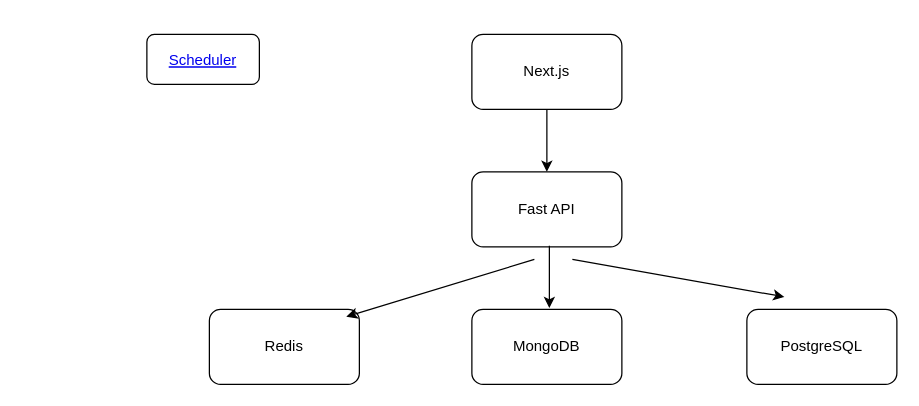
Before: page "OverAll" (1 of 10) of Agroconnect.drawio in ramprasad2018/agconnect, a draw.io diagram. Source tidied: cells renumbered, new cells numbered last; positions are measured from the earlier drawing's top-left corner, leaving out a move shared by most shapes. Both pictures are drawn from the tidied source at 125%, with x=0, y=0 at pixel (146, 34).
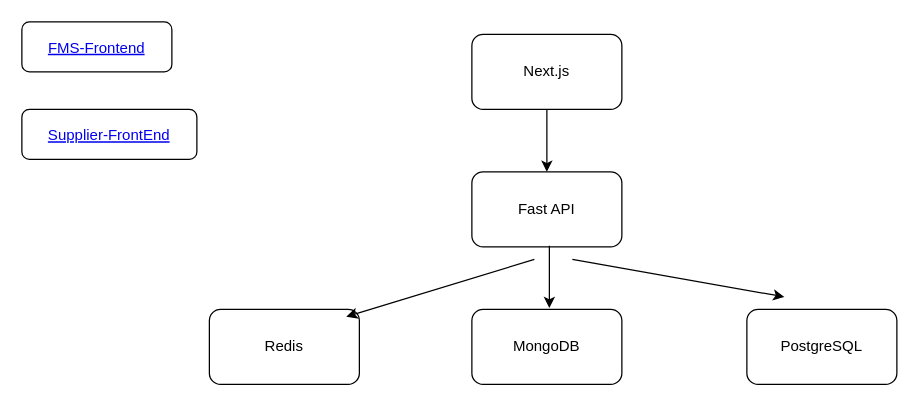
Above is the later version.

Change to the diagram source:
```diff
@@
 <mxGraphModel>
   <root>
     <mxCell id="0" />
     <mxCell id="1" parent="0" />
     <mxCell id="2" value="Fast API" style="rounded=1;whiteSpace=wrap;html=1;" parent="1" vertex="1">
       <mxGeometry x="260" y="110" width="120" height="60" as="geometry" />
     </mxCell>
     <mxCell id="3" value="Redis" style="rounded=1;whiteSpace=wrap;html=1;" parent="1" vertex="1">
       <mxGeometry x="50" y="220" width="120" height="60" as="geometry" />
     </mxCell>
     <mxCell id="4" value="MongoDB" style="rounded=1;whiteSpace=wrap;html=1;" parent="1" vertex="1">
       <mxGeometry x="260" y="220" width="120" height="60" as="geometry" />
     </mxCell>
     <mxCell id="5" value="Next.js" style="rounded=1;whiteSpace=wrap;html=1;" parent="1" vertex="1">
       <mxGeometry x="260" width="120" height="60" as="geometry" />
     </mxCell>
     <mxCell id="6" value="PostgreSQL" style="rounded=1;whiteSpace=wrap;html=1;" parent="1" vertex="1">
       <mxGeometry x="480" y="220" width="120" height="60" as="geometry" />
     </mxCell>
     <mxCell id="7" style="endArrow=classic;html=1;rounded=0;entryX=0.5;entryY=0;entryDx=0;entryDy=0;" parent="1" edge="1" target="2">
       <mxGeometry relative="1" as="geometry">
         <mxPoint x="320" y="60" as="sourcePoint" />
       </mxGeometry>
     </mxCell>
     <mxCell id="8" style="endArrow=classic;html=1;rounded=0;entryX=0.5;entryY=0;entryDx=0;entryDy=0;" parent="1" edge="1">
       <mxGeometry relative="1" as="geometry">
         <mxPoint x="322" y="169" as="sourcePoint" />
         <mxPoint x="322" y="219" as="targetPoint" />
       </mxGeometry>
     </mxCell>
     <mxCell id="9" style="endArrow=classic;html=1;rounded=0;entryX=0.913;entryY=0.097;entryDx=0;entryDy=0;entryPerimeter=0;" parent="1" edge="1" target="3">
       <mxGeometry relative="1" as="geometry">
         <mxPoint x="310" y="180" as="sourcePoint" />
       </mxGeometry>
     </mxCell>
     <mxCell id="10" style="endArrow=classic;html=1;rounded=0;" parent="1" edge="1">
       <mxGeometry relative="1" as="geometry">
         <mxPoint x="340.4" y="180" as="sourcePoint" />
         <mxPoint x="510" y="210" as="targetPoint" />
       </mxGeometry>
     </mxCell>
-    <mxCell id="11" value="Scheduler" style="fontColor=#0000EE;fontStyle=4;rounded=1;overflow=hidden;spacing=10;" parent="1" vertex="1">
-      <mxGeometry width="90" height="40" as="geometry" />
-    </mxCell>
+    <mxCell id="12" value="FMS-Frontend" style="fontColor=#0000EE;fontStyle=4;rounded=1;overflow=hidden;spacing=10;" parent="1" vertex="1">
+      <mxGeometry x="-100" y="-10" width="120" height="40" as="geometry" />
+    </mxCell>
+    <mxCell id="13" value="Supplier-FrontEnd" style="fontColor=#0000EE;fontStyle=4;rounded=1;overflow=hidden;spacing=10;" parent="1" vertex="1">
+      <mxGeometry x="-100" y="60" width="140" height="40" as="geometry" />
+    </mxCell>
   </root>
 </mxGraphModel>
```
